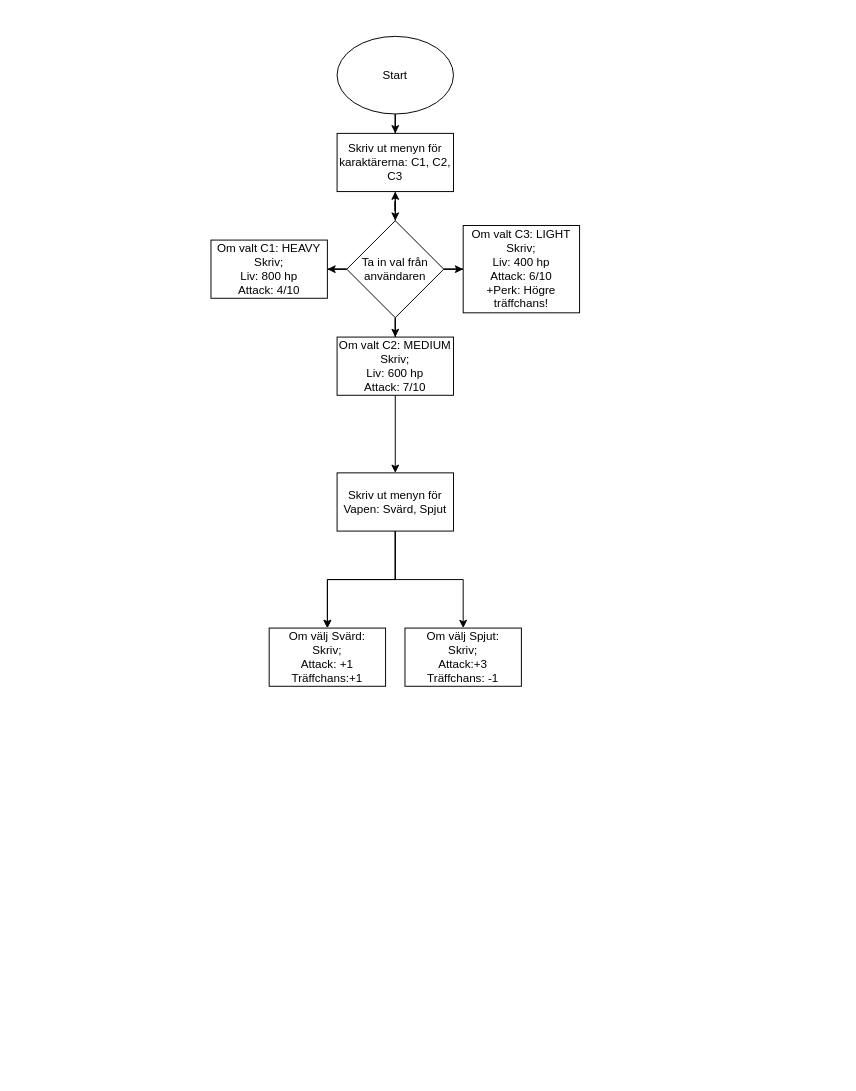
TE22A-Haukebo-Meo/spelprojekt keeps this draw.io diagram as Namnlöst diagram.drawio. Above is the earlier version. Source tidied: cells renumbered, new cells numbered last; positions are measured from the earlier drawing's top-left corner, leaving out a move shared by most shapes. Both pictures are drawn from the tidied source at 97%, with x=0, y=0 at pixel (210, 36).
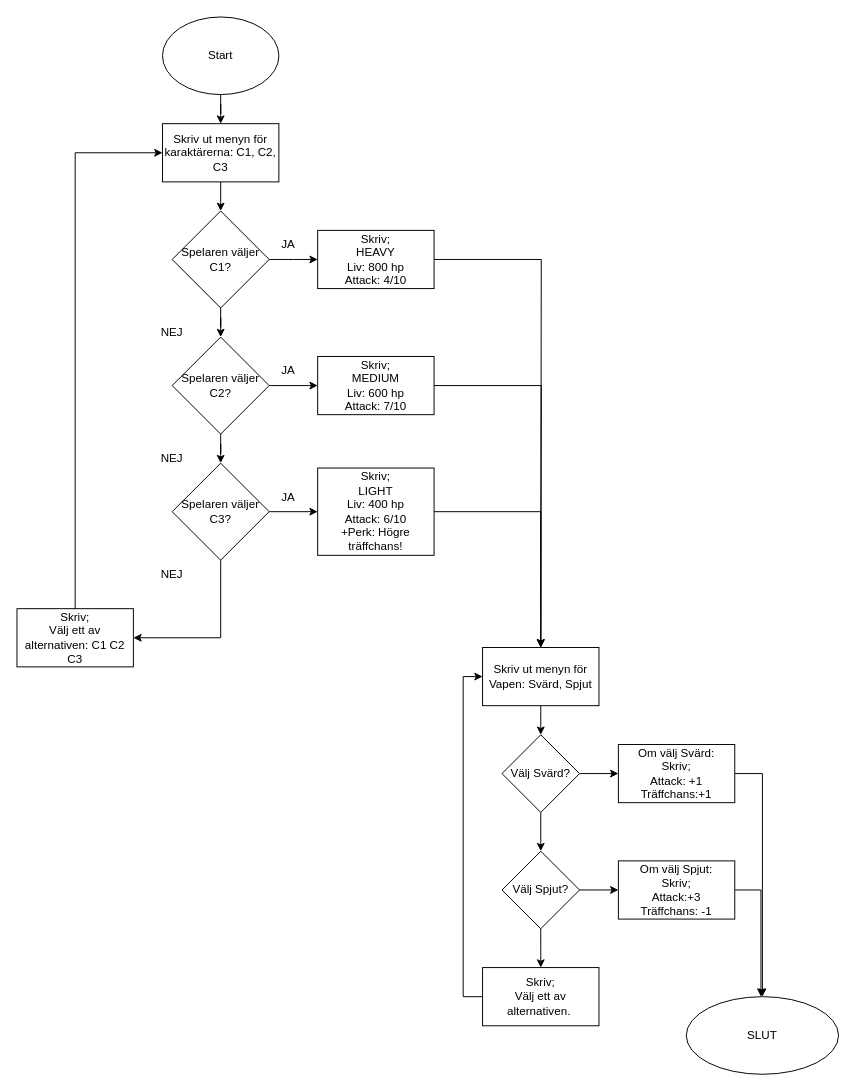
The same page after the edit.

What changed in the source:
```diff
@@
     <mxCell id="3" value="Start" style="ellipse;whiteSpace=wrap;html=1;" parent="1" vertex="1">
-      <mxGeometry x="130" width="120" height="80" as="geometry" />
+      <mxGeometry x="-50" y="-20" width="120" height="80" as="geometry" />
     </mxCell>
-    <mxCell id="4" style="edgeStyle=orthogonalEdgeStyle;rounded=0;jettySize=auto;html=1;" parent="1" edge="1" source="5" target="10">
-      <mxGeometry relative="1" as="geometry" />
+    <mxCell id="4" style="edgeStyle=orthogonalEdgeStyle;rounded=0;jettySize=auto;html=1;" parent="1" edge="1" source="5">
+      <mxGeometry relative="1" as="geometry">
+        <mxPoint x="10" y="180" as="targetPoint" />
+      </mxGeometry>
     </mxCell>
     <mxCell id="5" value="Skriv ut menyn för karaktärerna: C1, C2, C3" style="whiteSpace=wrap;html=1;" parent="1" vertex="1">
-      <mxGeometry x="130" y="100" width="120" height="60" as="geometry" />
+      <mxGeometry x="-50" y="90" width="120" height="60" as="geometry" />
     </mxCell>
-    <mxCell id="6" style="edgeStyle=orthogonalEdgeStyle;rounded=0;jettySize=auto;html=1;" parent="1" edge="1" source="10" target="11">
-      <mxGeometry relative="1" as="geometry" />
-    </mxCell>
-    <mxCell id="7" style="edgeStyle=orthogonalEdgeStyle;rounded=0;jettySize=auto;html=1;" parent="1" edge="1" source="10" target="5">
-      <mxGeometry relative="1" as="geometry" />
-    </mxCell>
-    <mxCell id="8" style="edgeStyle=orthogonalEdgeStyle;rounded=0;jettySize=auto;html=1;" parent="1" edge="1" source="10" target="13">
-      <mxGeometry relative="1" as="geometry" />
-    </mxCell>
-    <mxCell id="9" style="edgeStyle=orthogonalEdgeStyle;rounded=0;jettySize=auto;html=1;" parent="1" edge="1" source="10" target="14">
-      <mxGeometry relative="1" as="geometry" />
-    </mxCell>
-    <mxCell id="10" value="Ta in val från användaren" style="rhombus;whiteSpace=wrap;html=1;" parent="1" vertex="1">
-      <mxGeometry x="140" y="190" width="100" height="100" as="geometry" />
-    </mxCell>
+    <mxCell id="21" style="edgeStyle=orthogonalEdgeStyle;rounded=0;jettySize=auto;html=1;" parent="1" edge="1" source="11">
+      <mxGeometry relative="1" as="geometry">
+        <mxPoint x="340" y="630" as="targetPoint" />
+      </mxGeometry>
+    </mxCell>
-    <mxCell id="11" value="Om valt C1: HEAVY&lt;br&gt;Skriv; &lt;br&gt;Liv: 800 hp&lt;br&gt;Attack: 4/10" style="whiteSpace=wrap;html=1;" parent="1" vertex="1">
-      <mxGeometry y="210" width="120" height="60" as="geometry" />
+    <mxCell id="11" value="Skriv; &lt;br&gt;HEAVY&lt;br&gt;Liv: 800 hp&lt;br&gt;Attack: 4/10" style="whiteSpace=wrap;html=1;" parent="1" vertex="1">
+      <mxGeometry x="110" y="200" width="120" height="60" as="geometry" />
     </mxCell>
-    <mxCell id="12" style="edgeStyle=orthogonalEdgeStyle;rounded=0;jettySize=auto;html=1;" parent="1" edge="1" source="13" target="18">
-      <mxGeometry relative="1" as="geometry" />
-    </mxCell>
+    <mxCell id="22" style="edgeStyle=orthogonalEdgeStyle;rounded=0;jettySize=auto;html=1;exitX=1;exitY=0.5;exitDx=0;exitDy=0;" parent="1" edge="1" source="13">
+      <mxGeometry relative="1" as="geometry">
+        <mxPoint x="340" y="630" as="targetPoint" />
+      </mxGeometry>
+    </mxCell>
-    <mxCell id="13" value="Om valt C2: MEDIUM&lt;br&gt;Skriv;&lt;br&gt;Liv: 600 hp&lt;br&gt;Attack: 7/10" style="whiteSpace=wrap;html=1;" parent="1" vertex="1">
-      <mxGeometry x="130" y="310" width="120" height="60" as="geometry" />
+    <mxCell id="13" value="Skriv;&lt;br&gt;MEDIUM&lt;br&gt;Liv: 600 hp&lt;br&gt;Attack: 7/10" style="whiteSpace=wrap;html=1;" parent="1" vertex="1">
+      <mxGeometry x="110" y="330" width="120" height="60" as="geometry" />
     </mxCell>
+    <mxCell id="23" style="edgeStyle=orthogonalEdgeStyle;rounded=0;jettySize=auto;html=1;exitX=1;exitY=0.5;exitDx=0;exitDy=0;entryX=0.5;entryY=0;entryDx=0;entryDy=0;" parent="1" edge="1" source="14" target="18">
+      <mxGeometry relative="1" as="geometry" />
+    </mxCell>
-    <mxCell id="14" value="Om valt C3: LIGHT&lt;br&gt;Skriv;&lt;br&gt;Liv: 400 hp&lt;br&gt;Attack: 6/10&lt;br&gt;+Perk: Högre träffchans!" style="whiteSpace=wrap;html=1;" parent="1" vertex="1">
-      <mxGeometry x="260" y="195" width="120" height="90" as="geometry" />
+    <mxCell id="14" value="Skriv;&lt;br&gt;LIGHT&lt;br&gt;Liv: 400 hp&lt;br&gt;Attack: 6/10&lt;br&gt;+Perk: Högre träffchans!" style="whiteSpace=wrap;html=1;" parent="1" vertex="1">
+      <mxGeometry x="110" y="445" width="120" height="90" as="geometry" />
     </mxCell>
-    <mxCell id="15" style="edgeStyle=orthogonalEdgeStyle;rounded=0;jettySize=auto;html=1;" parent="1" edge="1" source="18" target="19">
-      <mxGeometry relative="1" as="geometry" />
-    </mxCell>
-    <mxCell id="16" style="edgeStyle=orthogonalEdgeStyle;rounded=0;jettySize=auto;html=1;" parent="1" edge="1" source="18" target="19">
-      <mxGeometry relative="1" as="geometry" />
-    </mxCell>
-    <mxCell id="17" style="edgeStyle=orthogonalEdgeStyle;rounded=0;jettySize=auto;html=1;exitX=0.5;exitY=1;exitDx=0;exitDy=0;entryX=0.5;entryY=0;entryDx=0;entryDy=0;" parent="1" edge="1" source="18" target="20">
-      <mxGeometry relative="1" as="geometry" />
-    </mxCell>
+    <mxCell id="24" style="edgeStyle=orthogonalEdgeStyle;rounded=0;jettySize=auto;html=1;exitX=0.5;exitY=1;exitDx=0;exitDy=0;entryX=0.5;entryY=0;entryDx=0;entryDy=0;" parent="1" edge="1" source="18" target="46">
+      <mxGeometry relative="1" as="geometry" />
+    </mxCell>
     <mxCell id="18" value="Skriv ut menyn för Vapen: Svärd, Spjut" style="whiteSpace=wrap;html=1;" parent="1" vertex="1">
-      <mxGeometry x="130" y="450" width="120" height="60" as="geometry" />
+      <mxGeometry x="280" y="630" width="120" height="60" as="geometry" />
     </mxCell>
+    <mxCell id="25" style="edgeStyle=orthogonalEdgeStyle;rounded=0;jettySize=auto;html=1;exitX=1;exitY=0.5;exitDx=0;exitDy=0;entryX=0.5;entryY=0;entryDx=0;entryDy=0;" parent="1" edge="1" source="19" target="52">
+      <mxGeometry relative="1" as="geometry" />
+    </mxCell>
     <mxCell id="19" value="Om välj Svärd:&lt;br&gt;Skriv;&lt;br&gt;Attack: +1&lt;br&gt;Träffchans:+1" style="whiteSpace=wrap;html=1;" parent="1" vertex="1">
-      <mxGeometry x="60" y="610" width="120" height="60" as="geometry" />
+      <mxGeometry x="420" y="730" width="120" height="60" as="geometry" />
     </mxCell>
+    <mxCell id="26" style="edgeStyle=orthogonalEdgeStyle;rounded=0;jettySize=auto;html=1;" parent="1" edge="1" source="20" target="52">
+      <mxGeometry relative="1" as="geometry">
+        <Array as="points">
+          <mxPoint x="567" y="880" />
+        </Array>
+      </mxGeometry>
+    </mxCell>
     <mxCell id="20" value="Om välj Spjut:&lt;br&gt;Skriv;&lt;br&gt;Attack:+3&lt;br&gt;Träffchans: -1" style="rounded=0;whiteSpace=wrap;html=1;" parent="1" vertex="1">
-      <mxGeometry x="200" y="610" width="120" height="60" as="geometry" />
+      <mxGeometry x="420" y="850" width="120" height="60" as="geometry" />
     </mxCell>
+    <mxCell id="27" style="edgeStyle=orthogonalEdgeStyle;rounded=0;jettySize=auto;html=1;" parent="1" edge="1" source="29">
+      <mxGeometry relative="1" as="geometry">
+        <mxPoint x="110" y="230" as="targetPoint" />
+      </mxGeometry>
+    </mxCell>
+    <mxCell id="28" style="edgeStyle=orthogonalEdgeStyle;rounded=0;jettySize=auto;html=1;" parent="1" edge="1" source="29" target="34">
+      <mxGeometry relative="1" as="geometry" />
+    </mxCell>
+    <mxCell id="29" value="Spelaren väljer C1?" style="rhombus;whiteSpace=wrap;html=1;" parent="1" vertex="1">
+      <mxGeometry x="-40" y="180" width="100" height="100" as="geometry" />
+    </mxCell>
+    <mxCell id="30" value="JA" style="text;html=1;strokeColor=none;fillColor=none;align=center;verticalAlign=middle;whiteSpace=wrap;rounded=0;" parent="1" vertex="1">
+      <mxGeometry x="50" y="200" width="60" height="30" as="geometry" />
+    </mxCell>
+    <mxCell id="31" value="NEJ" style="text;html=1;strokeColor=none;fillColor=none;align=center;verticalAlign=middle;whiteSpace=wrap;rounded=0;" parent="1" vertex="1">
+      <mxGeometry x="-70" y="290" width="60" height="30" as="geometry" />
+    </mxCell>
+    <mxCell id="32" style="edgeStyle=orthogonalEdgeStyle;rounded=0;jettySize=auto;html=1;exitX=1;exitY=0.5;exitDx=0;exitDy=0;entryX=0;entryY=0.5;entryDx=0;entryDy=0;" parent="1" edge="1" source="34" target="13">
+      <mxGeometry relative="1" as="geometry" />
+    </mxCell>
+    <mxCell id="33" style="edgeStyle=orthogonalEdgeStyle;rounded=0;jettySize=auto;html=1;" parent="1" edge="1" source="34" target="37">
+      <mxGeometry relative="1" as="geometry" />
+    </mxCell>
+    <mxCell id="34" value="Spelaren väljer C2?" style="rhombus;whiteSpace=wrap;html=1;" parent="1" vertex="1">
+      <mxGeometry x="-40" y="310" width="100" height="100" as="geometry" />
+    </mxCell>
+    <mxCell id="35" style="edgeStyle=orthogonalEdgeStyle;rounded=0;jettySize=auto;html=1;exitX=1;exitY=0.5;exitDx=0;exitDy=0;entryX=0;entryY=0.5;entryDx=0;entryDy=0;" parent="1" edge="1" source="37" target="14">
+      <mxGeometry relative="1" as="geometry" />
+    </mxCell>
+    <mxCell id="36" style="edgeStyle=orthogonalEdgeStyle;rounded=0;jettySize=auto;html=1;entryX=1;entryY=0.5;entryDx=0;entryDy=0;" parent="1" edge="1" source="37" target="43">
+      <mxGeometry relative="1" as="geometry">
+        <Array as="points">
+          <mxPoint x="10" y="620" />
+        </Array>
+      </mxGeometry>
+    </mxCell>
+    <mxCell id="37" value="Spelaren väljer C3?" style="rhombus;whiteSpace=wrap;html=1;" parent="1" vertex="1">
+      <mxGeometry x="-40" y="440" width="100" height="100" as="geometry" />
+    </mxCell>
+    <mxCell id="38" value="JA" style="text;html=1;strokeColor=none;fillColor=none;align=center;verticalAlign=middle;whiteSpace=wrap;rounded=0;" parent="1" vertex="1">
+      <mxGeometry x="50" y="330" width="60" height="30" as="geometry" />
+    </mxCell>
+    <mxCell id="39" value="JA" style="text;html=1;strokeColor=none;fillColor=none;align=center;verticalAlign=middle;whiteSpace=wrap;rounded=0;" parent="1" vertex="1">
+      <mxGeometry x="50" y="460" width="60" height="30" as="geometry" />
+    </mxCell>
+    <mxCell id="40" value="NEJ" style="text;html=1;strokeColor=none;fillColor=none;align=center;verticalAlign=middle;whiteSpace=wrap;rounded=0;" parent="1" vertex="1">
+      <mxGeometry x="-70" y="420" width="60" height="30" as="geometry" />
+    </mxCell>
+    <mxCell id="41" value="NEJ" style="text;html=1;strokeColor=none;fillColor=none;align=center;verticalAlign=middle;whiteSpace=wrap;rounded=0;" parent="1" vertex="1">
+      <mxGeometry x="-70" y="540" width="60" height="30" as="geometry" />
+    </mxCell>
+    <mxCell id="42" style="edgeStyle=orthogonalEdgeStyle;rounded=0;jettySize=auto;html=1;exitX=0.5;exitY=0;exitDx=0;exitDy=0;entryX=0;entryY=0.5;entryDx=0;entryDy=0;" parent="1" edge="1" source="43" target="5">
+      <mxGeometry relative="1" as="geometry" />
+    </mxCell>
+    <mxCell id="43" value="Skriv;&lt;br&gt;Välj ett av alternativen: C1 C2 C3" style="whiteSpace=wrap;html=1;" parent="1" vertex="1">
+      <mxGeometry x="-200" y="590" width="120" height="60" as="geometry" />
+    </mxCell>
+    <mxCell id="44" style="edgeStyle=orthogonalEdgeStyle;rounded=0;jettySize=auto;html=1;" parent="1" edge="1" source="46" target="49">
+      <mxGeometry relative="1" as="geometry" />
+    </mxCell>
+    <mxCell id="45" style="edgeStyle=orthogonalEdgeStyle;rounded=0;jettySize=auto;html=1;exitX=1;exitY=0.5;exitDx=0;exitDy=0;entryX=0;entryY=0.5;entryDx=0;entryDy=0;" parent="1" edge="1" source="46" target="19">
+      <mxGeometry relative="1" as="geometry" />
+    </mxCell>
+    <mxCell id="46" value="Välj Svärd?" style="rhombus;whiteSpace=wrap;html=1;" parent="1" vertex="1">
+      <mxGeometry x="300" y="720" width="80" height="80" as="geometry" />
+    </mxCell>
+    <mxCell id="47" style="edgeStyle=orthogonalEdgeStyle;rounded=0;jettySize=auto;html=1;exitX=1;exitY=0.5;exitDx=0;exitDy=0;" parent="1" edge="1" source="49" target="20">
+      <mxGeometry relative="1" as="geometry" />
+    </mxCell>
+    <mxCell id="48" style="edgeStyle=orthogonalEdgeStyle;rounded=0;jettySize=auto;html=1;" parent="1" edge="1" source="49">
+      <mxGeometry relative="1" as="geometry">
+        <mxPoint x="340" y="960" as="targetPoint" />
+      </mxGeometry>
+    </mxCell>
+    <mxCell id="49" value="Välj Spjut?" style="rhombus;whiteSpace=wrap;html=1;" parent="1" vertex="1">
+      <mxGeometry x="300" y="840" width="80" height="80" as="geometry" />
+    </mxCell>
+    <mxCell id="50" style="edgeStyle=orthogonalEdgeStyle;rounded=0;jettySize=auto;html=1;exitX=0;exitY=0.5;exitDx=0;exitDy=0;entryX=0;entryY=0.5;entryDx=0;entryDy=0;" parent="1" edge="1" source="51" target="18">
+      <mxGeometry relative="1" as="geometry">
+        <Array as="points">
+          <mxPoint x="260" y="990" />
+          <mxPoint x="260" y="660" />
+        </Array>
+      </mxGeometry>
+    </mxCell>
+    <mxCell id="51" value="Skriv;&lt;br&gt;Välj ett av alternativen.&amp;nbsp;" style="whiteSpace=wrap;html=1;" parent="1" vertex="1">
+      <mxGeometry x="280" y="960" width="120" height="60" as="geometry" />
+    </mxCell>
+    <mxCell id="52" value="SLUT" style="ellipse;whiteSpace=wrap;html=1;rounded=0;" parent="1" vertex="1">
+      <mxGeometry x="490" y="990" width="157" height="80" as="geometry" />
+    </mxCell>
```
